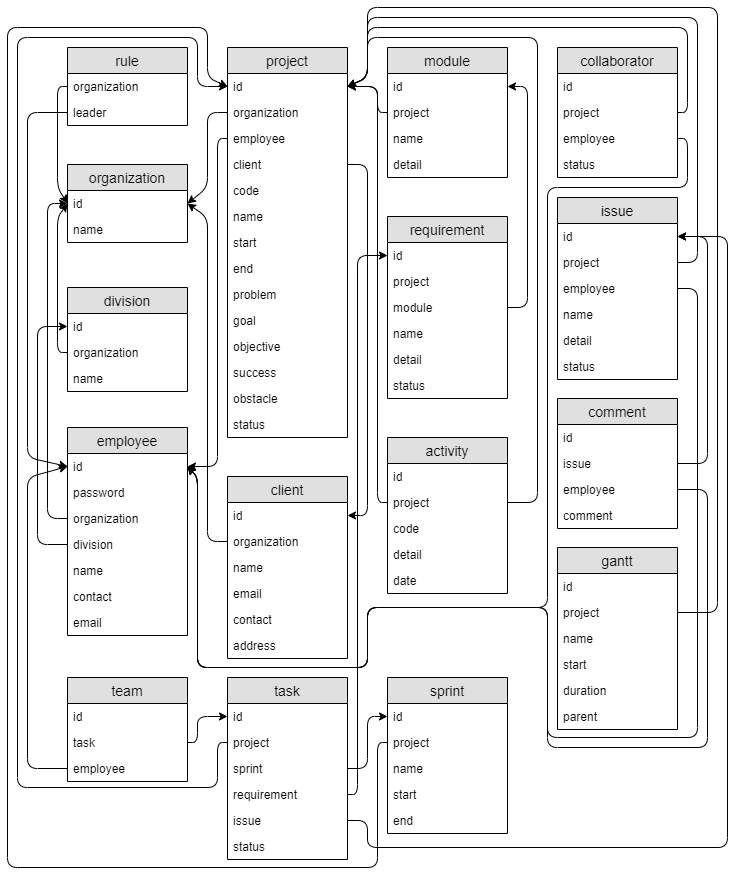
filkom-ub-skripsi/Collaborative-Project-Management keeps this draw.io diagram as data.png. Above is the earlier version. Source tidied: cells renumbered, new cells last; positions are measured from the earlier drawing's top-left corner, leaving out a move shared by most shapes.
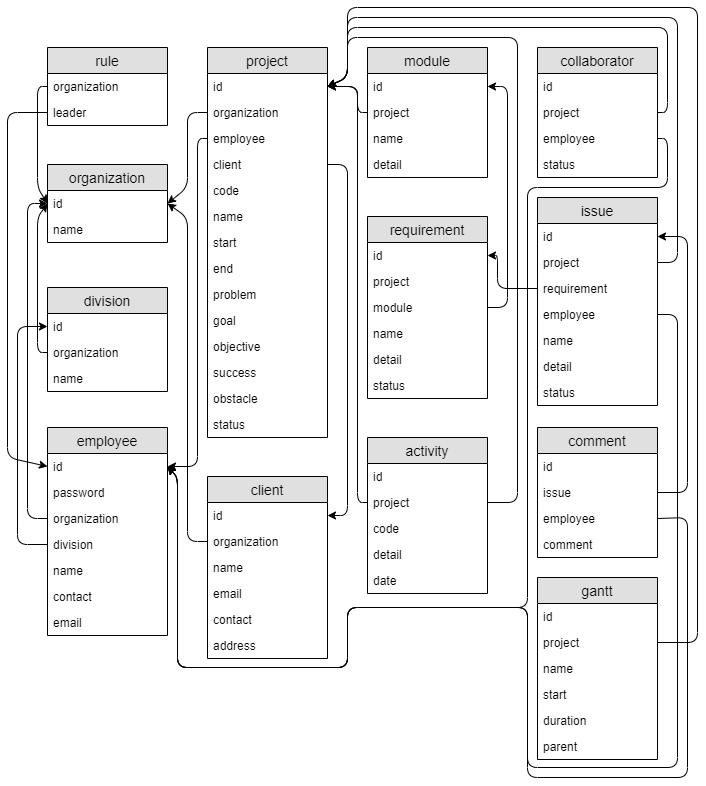
After the commit.

Commit message:
diagram struktur data

Diff of the diagram source:
```diff
@@ -314,7 +314,7 @@
       </mxGeometry>
     </mxCell>
     <mxCell id="79" value="issue" style="swimlane;fontStyle=0;horizontal=1;startSize=26;fillColor=#e0e0e0;swimlaneFillColor=#ffffff;align=center;fontSize=14;" parent="1" vertex="1">
-      <mxGeometry x="550" y="190" width="120" height="182" as="geometry" />
+      <mxGeometry x="550" y="190" width="120" height="208" as="geometry" />
     </mxCell>
     <mxCell id="80" value="id" style="text;strokeColor=none;fillColor=none;spacingLeft=4;spacingRight=4;overflow=hidden;points=[[0,0.5],[1,0.5]];portConstraint=eastwest;fontSize=12;" parent="79" vertex="1">
       <mxGeometry y="26" width="120" height="26" as="geometry" />
@@ -322,17 +322,20 @@
     <mxCell id="81" value="project" style="text;strokeColor=none;fillColor=none;spacingLeft=4;spacingRight=4;overflow=hidden;points=[[0,0.5],[1,0.5]];portConstraint=eastwest;fontSize=12;" parent="79" vertex="1">
       <mxGeometry y="52" width="120" height="26" as="geometry" />
     </mxCell>
+    <mxCell id="108" value="requirement" style="text;strokeColor=none;fillColor=none;spacingLeft=4;spacingRight=4;overflow=hidden;points=[[0,0.5],[1,0.5]];portConstraint=eastwest;fontSize=12;" parent="79" vertex="1">
+      <mxGeometry y="78" width="120" height="26" as="geometry" />
+    </mxCell>
     <mxCell id="82" value="employee" style="text;strokeColor=none;fillColor=none;spacingLeft=4;spacingRight=4;overflow=hidden;points=[[0,0.5],[1,0.5]];portConstraint=eastwest;fontSize=12;" parent="79" vertex="1">
-      <mxGeometry y="78" width="120" height="26" as="geometry" />
+      <mxGeometry y="104" width="120" height="26" as="geometry" />
     </mxCell>
     <mxCell id="83" value="name" style="text;strokeColor=none;fillColor=none;spacingLeft=4;spacingRight=4;overflow=hidden;fontSize=12;" parent="79" vertex="1">
-      <mxGeometry y="104" width="120" height="26" as="geometry" />
+      <mxGeometry y="130" width="120" height="26" as="geometry" />
     </mxCell>
     <mxCell id="84" value="detail" style="text;strokeColor=none;fillColor=none;spacingLeft=4;spacingRight=4;overflow=hidden;fontSize=12;" parent="79" vertex="1">
-      <mxGeometry y="130" width="120" height="26" as="geometry" />
+      <mxGeometry y="156" width="120" height="26" as="geometry" />
     </mxCell>
     <mxCell id="85" value="status" style="text;strokeColor=none;fillColor=none;spacingLeft=4;spacingRight=4;overflow=hidden;fontSize=12;" parent="79" vertex="1">
-      <mxGeometry y="156" width="120" height="26" as="geometry" />
+      <mxGeometry y="182" width="120" height="26" as="geometry" />
     </mxCell>
     <mxCell id="86" style="endArrow=classic;html=1;exitX=1;exitY=0.5;exitDx=0;exitDy=0;entryX=1;entryY=0.5;entryDx=0;entryDy=0;" parent="1" edge="1" source="81" target="33">
       <mxGeometry relative="1" as="geometry">
@@ -347,9 +350,9 @@
     <mxCell id="87" style="endArrow=classic;html=1;exitX=1;exitY=0.5;exitDx=0;exitDy=0;entryX=1;entryY=0.5;entryDx=0;entryDy=0;" parent="1" edge="1" source="82" target="10">
       <mxGeometry relative="1" as="geometry">
         <Array as="points">
-          <mxPoint x="690" y="281" />
-          <mxPoint x="690" y="730" />
-          <mxPoint x="540" y="730" />
+          <mxPoint x="690" y="307" />
+          <mxPoint x="690" y="760" />
+          <mxPoint x="540" y="760" />
           <mxPoint x="540" y="600" />
           <mxPoint x="360" y="600" />
           <mxPoint x="360" y="660" />
@@ -367,7 +370,7 @@
       </mxGeometry>
     </mxCell>
     <mxCell id="89" value="comment" style="swimlane;fontStyle=0;horizontal=1;startSize=26;fillColor=#e0e0e0;swimlaneFillColor=#ffffff;align=center;fontSize=14;" parent="1" vertex="1">
-      <mxGeometry x="550" y="391" width="120" height="130" as="geometry" />
+      <mxGeometry x="550" y="420" width="120" height="130" as="geometry" />
     </mxCell>
     <mxCell id="90" value="id" style="text;strokeColor=none;fillColor=none;spacingLeft=4;spacingRight=4;overflow=hidden;fontSize=12;" parent="89" vertex="1">
       <mxGeometry y="26" width="120" height="26" as="geometry" />
@@ -384,7 +387,7 @@
     <mxCell id="94" style="endArrow=classic;html=1;entryX=1;entryY=0.5;entryDx=0;entryDy=0;exitX=1;exitY=0.5;exitDx=0;exitDy=0;" parent="1" edge="1" source="91" target="80">
       <mxGeometry relative="1" as="geometry">
         <Array as="points">
-          <mxPoint x="700" y="456" />
+          <mxPoint x="700" y="485" />
           <mxPoint x="700" y="229" />
         </Array>
       </mxGeometry>
@@ -392,9 +395,9 @@
     <mxCell id="95" style="endArrow=classic;html=1;entryX=1;entryY=0.5;entryDx=0;entryDy=0;exitX=1;exitY=0.5;exitDx=0;exitDy=0;" parent="1" edge="1" source="92" target="10">
       <mxGeometry relative="1" as="geometry">
         <Array as="points">
-          <mxPoint x="700" y="482" />
-          <mxPoint x="700" y="740" />
-          <mxPoint x="540" y="740" />
+          <mxPoint x="700" y="510" />
+          <mxPoint x="700" y="770" />
+          <mxPoint x="540" y="770" />
           <mxPoint x="540" y="600" />
           <mxPoint x="360" y="600" />
           <mxPoint x="360" y="660" />
@@ -404,7 +407,7 @@
       </mxGeometry>
     </mxCell>
     <mxCell id="96" value="gantt" style="swimlane;fontStyle=0;horizontal=1;startSize=26;fillColor=#e0e0e0;swimlaneFillColor=#ffffff;align=center;fontSize=14;" parent="1" vertex="1">
-      <mxGeometry x="550" y="540" width="120" height="182" as="geometry" />
+      <mxGeometry x="550" y="570" width="120" height="182" as="geometry" />
     </mxCell>
     <mxCell id="97" value="id" style="text;strokeColor=none;fillColor=none;spacingLeft=4;spacingRight=4;overflow=hidden;fontSize=12;" parent="96" vertex="1">
       <mxGeometry y="26" width="120" height="26" as="geometry" />
@@ -428,129 +431,20 @@
       <mxGeometry relative="1" as="geometry">
         <mxPoint x="340" y="79" as="targetPoint" />
         <Array as="points">
-          <mxPoint x="710" y="605" />
+          <mxPoint x="710" y="635" />
           <mxPoint x="710" />
           <mxPoint x="360" />
           <mxPoint x="360" y="70" />
         </Array>
       </mxGeometry>
     </mxCell>
-    <mxCell id="104" value="task" style="swimlane;fontStyle=0;horizontal=1;startSize=26;fillColor=#e0e0e0;swimlaneFillColor=#ffffff;align=center;fontSize=14;" parent="1" vertex="1">
-      <mxGeometry x="220" y="670" width="120" height="182" as="geometry" />
-    </mxCell>
-    <mxCell id="105" value="id" style="text;strokeColor=none;fillColor=none;spacingLeft=4;spacingRight=4;overflow=hidden;points=[[0,0.5],[1,0.5]];portConstraint=eastwest;fontSize=12;" parent="104" vertex="1">
-      <mxGeometry y="26" width="120" height="26" as="geometry" />
-    </mxCell>
-    <mxCell id="106" value="project" style="text;strokeColor=none;fillColor=none;spacingLeft=4;spacingRight=4;overflow=hidden;points=[[0,0.5],[1,0.5]];portConstraint=eastwest;fontSize=12;" parent="104" vertex="1">
-      <mxGeometry y="52" width="120" height="26" as="geometry" />
-    </mxCell>
-    <mxCell id="107" value="sprint" style="text;strokeColor=none;fillColor=none;spacingLeft=4;spacingRight=4;overflow=hidden;points=[[0,0.5],[1,0.5]];portConstraint=eastwest;fontSize=12;" parent="104" vertex="1">
-      <mxGeometry y="78" width="120" height="26" as="geometry" />
-    </mxCell>
-    <mxCell id="108" value="requirement" style="text;strokeColor=none;fillColor=none;spacingLeft=4;spacingRight=4;overflow=hidden;points=[[0,0.5],[1,0.5]];portConstraint=eastwest;fontSize=12;" parent="104" vertex="1">
-      <mxGeometry y="104" width="120" height="26" as="geometry" />
-    </mxCell>
-    <mxCell id="109" value="issue" style="text;strokeColor=none;fillColor=none;spacingLeft=4;spacingRight=4;overflow=hidden;points=[[0,0.5],[1,0.5]];portConstraint=eastwest;fontSize=12;" parent="104" vertex="1">
-      <mxGeometry y="130" width="120" height="26" as="geometry" />
-    </mxCell>
-    <mxCell id="110" value="status" style="text;strokeColor=none;fillColor=none;spacingLeft=4;spacingRight=4;overflow=hidden;fontSize=12;" parent="104" vertex="1">
-      <mxGeometry y="156" width="120" height="26" as="geometry" />
-    </mxCell>
-    <mxCell id="111" value="sprint" style="swimlane;fontStyle=0;horizontal=1;startSize=26;fillColor=#e0e0e0;swimlaneFillColor=#ffffff;align=center;fontSize=14;" parent="1" vertex="1">
-      <mxGeometry x="380" y="670" width="120" height="156" as="geometry" />
-    </mxCell>
-    <mxCell id="112" value="id" style="text;strokeColor=none;fillColor=none;spacingLeft=4;spacingRight=4;overflow=hidden;points=[[0,0.5],[1,0.5]];portConstraint=eastwest;fontSize=12;" parent="111" vertex="1">
-      <mxGeometry y="26" width="120" height="26" as="geometry" />
-    </mxCell>
-    <mxCell id="113" value="project" style="text;strokeColor=none;fillColor=none;spacingLeft=4;spacingRight=4;overflow=hidden;points=[[0,0.5],[1,0.5]];portConstraint=eastwest;fontSize=12;" parent="111" vertex="1">
-      <mxGeometry y="52" width="120" height="26" as="geometry" />
-    </mxCell>
-    <mxCell id="114" value="name" style="text;strokeColor=none;fillColor=none;spacingLeft=4;spacingRight=4;overflow=hidden;fontSize=12;" parent="111" vertex="1">
-      <mxGeometry y="78" width="120" height="26" as="geometry" />
-    </mxCell>
-    <mxCell id="115" value="start" style="text;strokeColor=none;fillColor=none;spacingLeft=4;spacingRight=4;overflow=hidden;fontSize=12;" parent="111" vertex="1">
-      <mxGeometry y="104" width="120" height="26" as="geometry" />
-    </mxCell>
-    <mxCell id="116" value="end" style="text;strokeColor=none;fillColor=none;spacingLeft=4;spacingRight=4;overflow=hidden;fontSize=12;" parent="111" vertex="1">
-      <mxGeometry y="130" width="120" height="26" as="geometry" />
-    </mxCell>
-    <mxCell id="117" value="team" style="swimlane;fontStyle=0;horizontal=1;startSize=26;fillColor=#e0e0e0;swimlaneFillColor=#ffffff;align=center;fontSize=14;" parent="1" vertex="1">
-      <mxGeometry x="60" y="670" width="120" height="104" as="geometry" />
-    </mxCell>
-    <mxCell id="118" value="id" style="text;strokeColor=none;fillColor=none;spacingLeft=4;spacingRight=4;overflow=hidden;fontSize=12;" parent="117" vertex="1">
-      <mxGeometry y="26" width="120" height="26" as="geometry" />
-    </mxCell>
-    <mxCell id="119" value="task" style="text;strokeColor=none;fillColor=none;spacingLeft=4;spacingRight=4;overflow=hidden;points=[[0,0.5],[1,0.5]];portConstraint=eastwest;fontSize=12;" parent="117" vertex="1">
-      <mxGeometry y="52" width="120" height="26" as="geometry" />
-    </mxCell>
-    <mxCell id="120" value="employee" style="text;strokeColor=none;fillColor=none;spacingLeft=4;spacingRight=4;overflow=hidden;points=[[0,0.5],[1,0.5]];portConstraint=eastwest;fontSize=12;" parent="117" vertex="1">
-      <mxGeometry y="78" width="120" height="26" as="geometry" />
-    </mxCell>
-    <mxCell id="121" style="endArrow=classic;html=1;entryX=0;entryY=0.5;entryDx=0;entryDy=0;exitX=1;exitY=0.5;exitDx=0;exitDy=0;" parent="1" edge="1" source="119" target="105">
-      <mxGeometry relative="1" as="geometry">
-        <Array as="points">
-          <mxPoint x="190" y="735" />
-          <mxPoint x="190" y="709" />
-        </Array>
-      </mxGeometry>
-    </mxCell>
-    <mxCell id="122" style="endArrow=classic;html=1;entryX=0;entryY=0.5;entryDx=0;entryDy=0;exitX=0;exitY=0.5;exitDx=0;exitDy=0;" parent="1" edge="1" source="120" target="10">
-      <mxGeometry relative="1" as="geometry">
-        <Array as="points">
-          <mxPoint x="20" y="761" />
-          <mxPoint x="20" y="470" />
-        </Array>
-      </mxGeometry>
-    </mxCell>
-    <mxCell id="123" style="endArrow=classic;html=1;exitX=0;exitY=0.5;exitDx=0;exitDy=0;entryX=0;entryY=0.5;entryDx=0;entryDy=0;" parent="1" edge="1" source="106" target="33">
-      <mxGeometry relative="1" as="geometry">
-        <Array as="points">
-          <mxPoint x="210" y="735" />
-          <mxPoint x="210" y="780" />
-          <mxPoint x="10" y="780" />
-          <mxPoint x="10" y="30" />
-          <mxPoint x="190" y="30" />
-          <mxPoint x="190" y="79" />
-        </Array>
-      </mxGeometry>
-    </mxCell>
-    <mxCell id="124" style="endArrow=classic;html=1;exitX=0;exitY=0.5;exitDx=0;exitDy=0;entryX=0;entryY=0.5;entryDx=0;entryDy=0;" parent="1" edge="1" source="113" target="33">
-      <mxGeometry relative="1" as="geometry">
-        <Array as="points">
-          <mxPoint x="370" y="735" />
-          <mxPoint x="370" y="860" />
-          <mxPoint y="860" />
-          <mxPoint y="20" />
-          <mxPoint x="200" y="20" />
-          <mxPoint x="200" y="70" />
-        </Array>
-      </mxGeometry>
-    </mxCell>
-    <mxCell id="125" style="endArrow=classic;html=1;entryX=0;entryY=0.5;entryDx=0;entryDy=0;exitX=1;exitY=0.5;exitDx=0;exitDy=0;" parent="1" edge="1" source="107" target="112">
-      <mxGeometry relative="1" as="geometry">
-        <Array as="points">
-          <mxPoint x="360" y="761" />
-          <mxPoint x="360" y="709" />
-        </Array>
-      </mxGeometry>
-    </mxCell>
-    <mxCell id="126" style="endArrow=classic;html=1;exitX=1;exitY=0.5;exitDx=0;exitDy=0;entryX=0;entryY=0.5;entryDx=0;entryDy=0;" parent="1" edge="1" source="108" target="57">
+    <mxCell id="126" style="endArrow=classic;html=1;exitX=0;exitY=0.5;exitDx=0;exitDy=0;entryX=1;entryY=0.5;entryDx=0;entryDy=0;" parent="1" edge="1" source="108" target="57">
       <mxGeometry relative="1" as="geometry">
         <Array as="points">
-          <mxPoint x="350" y="787" />
-          <mxPoint x="350" y="248" />
+          <mxPoint x="510" y="281" />
+          <mxPoint x="510" y="248" />
         </Array>
       </mxGeometry>
     </mxCell>
-    <mxCell id="127" style="endArrow=classic;html=1;exitX=1;exitY=0.5;exitDx=0;exitDy=0;entryX=1;entryY=0.5;entryDx=0;entryDy=0;" parent="1" edge="1" source="109" target="80">
-      <mxGeometry relative="1" as="geometry">
-        <Array as="points">
-          <mxPoint x="360" y="813" />
-          <mxPoint x="360" y="840" />
-          <mxPoint x="720" y="840" />
-          <mxPoint x="720" y="229" />
-        </Array>
-      </mxGeometry>
-    </mxCell>
   </root>
 </mxGraphModel>
```
